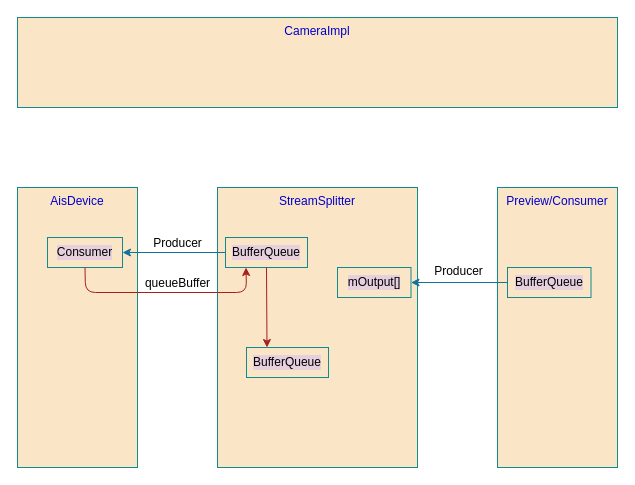
The draw.io diagram page "Camera3StreamSplitter" (2 of 3) of camera.drawio in milk1990/AndFix, before the edit. Source tidied: cells renumbered, new cells numbered last; positions are measured from the earlier drawing's top-left corner, leaving out a move shared by most shapes. Both pictures are drawn from the tidied source at 100%, with x=0, y=0 at pixel (17, 17).
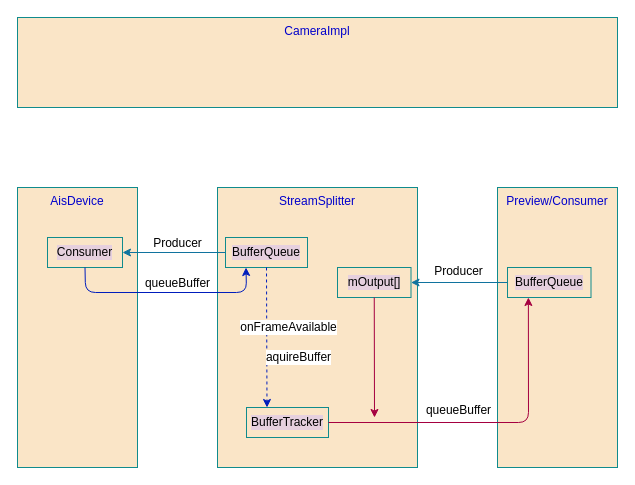
Above is the later version.

Unchanged cells that the change refers to:
```xml
<mxCell id="6" value="BufferQueue" style="rounded=0;whiteSpace=wrap;html=1;labelBackgroundColor=#E6D0DE;sketch=0;fontSize=12;fontColor=#000000;strokeColor=#0F8B8D;fillColor=#FAE5C7;" parent="1" vertex="1">
  <mxGeometry x="208" y="220" width="82" height="30" as="geometry" />
</mxCell>
<mxCell id="9" value="Consumer" style="rounded=0;whiteSpace=wrap;html=1;labelBackgroundColor=#E6D0DE;sketch=0;fontSize=12;fontColor=#000000;strokeColor=#0F8B8D;fillColor=#FAE5C7;" parent="1" vertex="1">
  <mxGeometry x="30" y="220" width="75" height="30" as="geometry" />
</mxCell>
<mxCell id="12" value="BufferQueue" style="rounded=0;whiteSpace=wrap;html=1;labelBackgroundColor=#E6D0DE;sketch=0;fontSize=12;fontColor=#000000;strokeColor=#0F8B8D;fillColor=#FAE5C7;" parent="1" vertex="1">
  <mxGeometry x="490" y="250" width="83.5" height="30" as="geometry" />
</mxCell>
<mxCell id="13" value="mOutput[]" style="rounded=0;whiteSpace=wrap;html=1;labelBackgroundColor=#E6D0DE;sketch=0;fontSize=12;fontColor=#000000;strokeColor=#0F8B8D;fillColor=#FAE5C7;" parent="1" vertex="1">
  <mxGeometry x="320" y="250" width="73.5" height="30" as="geometry" />
</mxCell>
```

What changed in the source:
```diff
@@
-    <mxCell id="10" style="endArrow=classic;html=1;rounded=1;sketch=0;fontSize=12;fontColor=#000000;strokeColor=#A8201A;fillColor=#FAE5C7;curved=0;exitX=0.5;exitY=1;exitDx=0;exitDy=0;entryX=0.25;entryY=1;entryDx=0;entryDy=0;" parent="1" edge="1" source="9" target="6">
+    <mxCell id="10" style="endArrow=classic;html=1;rounded=1;sketch=0;fontSize=12;fontColor=#000000;strokeColor=#001DBC;fillColor=#0050ef;curved=0;exitX=0.5;exitY=1;exitDx=0;exitDy=0;entryX=0.25;entryY=1;entryDx=0;entryDy=0;" parent="1" edge="1" source="9" target="6">
       <mxGeometry relative="1" as="geometry">
         <Array as="points">
           <mxPoint x="68" y="275" />
           <mxPoint x="229" y="275" />
         </Array>
       </mxGeometry>
     </mxCell>
@@
-    <mxCell id="16" value="BufferQueue" style="rounded=0;whiteSpace=wrap;html=1;labelBackgroundColor=#E6D0DE;sketch=0;fontSize=12;fontColor=#000000;strokeColor=#0F8B8D;fillColor=#FAE5C7;" parent="1" vertex="1">
-      <mxGeometry x="229" y="330" width="82" height="30" as="geometry" />
+    <mxCell id="16" value="BufferTracker" style="rounded=0;whiteSpace=wrap;html=1;labelBackgroundColor=#E6D0DE;sketch=0;fontSize=12;fontColor=#000000;strokeColor=#0F8B8D;fillColor=#FAE5C7;" parent="1" vertex="1">
+      <mxGeometry x="229" y="390" width="82" height="30" as="geometry" />
     </mxCell>
-    <mxCell id="17" style="endArrow=classic;html=1;rounded=1;sketch=0;fontSize=12;fontColor=#000000;strokeColor=#A8201A;fillColor=#FAE5C7;curved=0;exitX=0.5;exitY=1;exitDx=0;exitDy=0;entryX=0.25;entryY=0;entryDx=0;entryDy=0;" parent="1" edge="1" target="16">
+    <mxCell id="17" style="endArrow=classic;html=1;rounded=1;sketch=0;fontSize=12;fontColor=#000000;strokeColor=#001DBC;fillColor=#0050ef;curved=0;exitX=0.5;exitY=1;exitDx=0;exitDy=0;entryX=0.25;entryY=0;entryDx=0;entryDy=0;dashed=1;" parent="1" edge="1" target="16">
       <mxGeometry relative="1" as="geometry">
         <mxPoint x="249" y="250" as="sourcePoint" />
       </mxGeometry>
     </mxCell>
+    <mxCell id="18" value="onFrameAvailable" style="edgeLabel;html=1;align=center;verticalAlign=middle;fontSize=12;fontColor=#000000;" parent="17" vertex="1">
+      <mxGeometry x="0.17" y="1" relative="1" as="geometry">
+        <mxPoint x="20" y="-22" as="offset" />
+      </mxGeometry>
+    </mxCell>
+    <mxCell id="19" value="aquireBuffer" style="edgeLabel;html=1;align=center;verticalAlign=middle;fontSize=12;fontColor=#000000;" parent="17" vertex="1">
+      <mxGeometry x="0.38" relative="1" as="geometry">
+        <mxPoint x="31" y="-7" as="offset" />
+      </mxGeometry>
+    </mxCell>
+    <mxCell id="20" style="endArrow=classic;html=1;rounded=1;sketch=0;fontSize=12;fontColor=#000000;strokeColor=#A50040;fillColor=#d80073;curved=0;exitX=1;exitY=0.5;exitDx=0;exitDy=0;entryX=0.25;entryY=1;entryDx=0;entryDy=0;" parent="1" edge="1" source="16" target="12">
+      <mxGeometry relative="1" as="geometry">
+        <Array as="points">
+          <mxPoint x="511" y="405" />
+        </Array>
+      </mxGeometry>
+    </mxCell>
+    <mxCell id="21" value="queueBuffer" style="edgeLabel;html=1;align=center;verticalAlign=middle;fontSize=12;fontColor=#000000;" parent="20" vertex="1">
+      <mxGeometry x="-0.07" y="-1" relative="1" as="geometry">
+        <mxPoint x="-22" y="-14" as="offset" />
+      </mxGeometry>
+    </mxCell>
+    <mxCell id="22" style="endArrow=classic;html=1;rounded=1;sketch=0;fontSize=12;fontColor=#000000;strokeColor=#A50040;fillColor=#d80073;curved=0;exitX=0.5;exitY=1;exitDx=0;exitDy=0;" parent="1" edge="1" source="13">
+      <mxGeometry relative="1" as="geometry">
+        <mxPoint x="357" y="400" as="targetPoint" />
+      </mxGeometry>
+    </mxCell>
```
